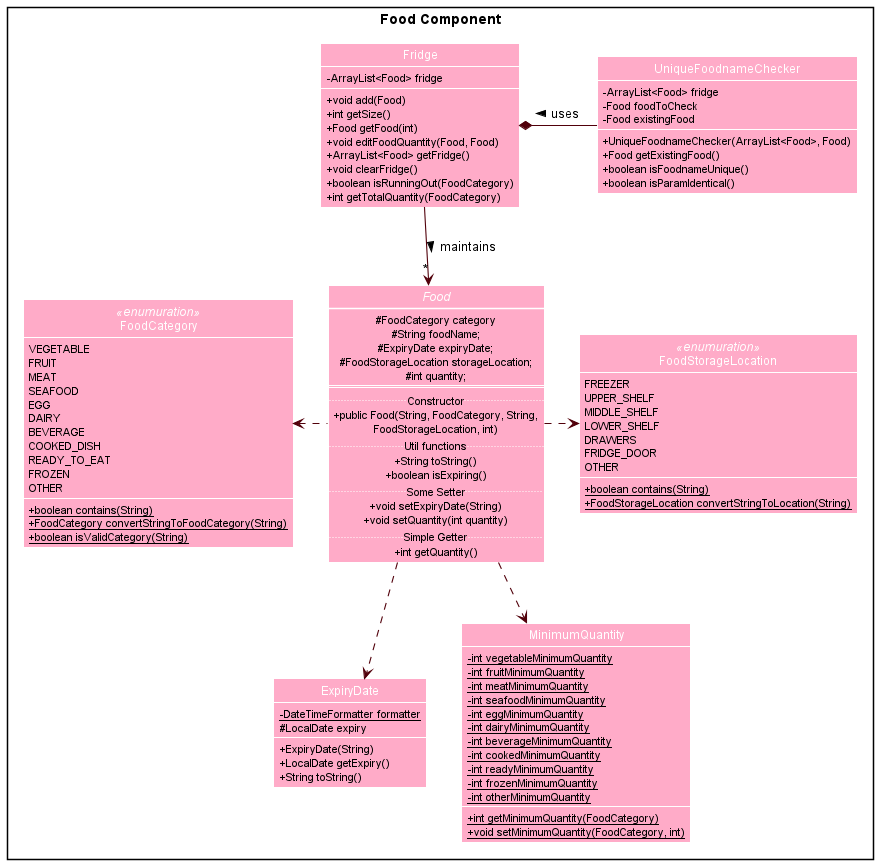
nus-cs2113-AY2021S2/tp keeps this PlantUML diagram as docs/diagrams/diagram_images/FoodClassDiagram.png. Above is the earlier version.
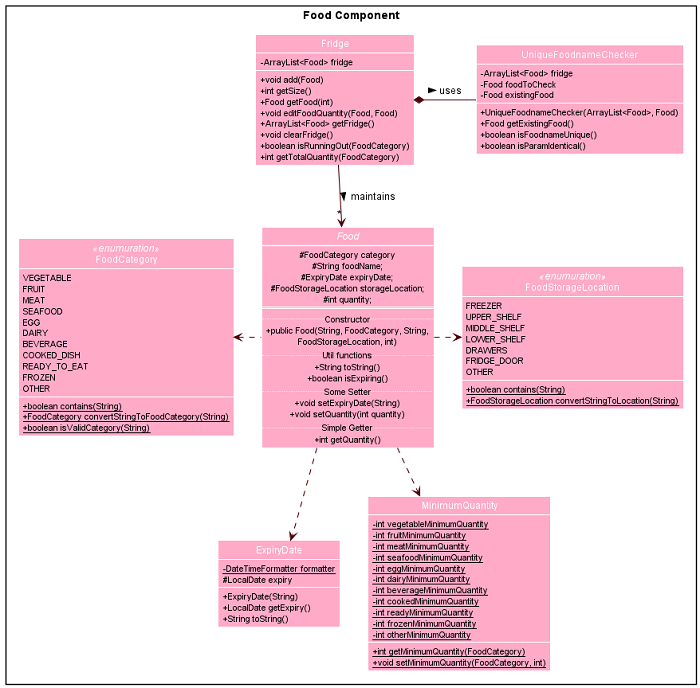
The same file after the commit.

The edit, as a diff of the source:
```diff
@@ -72,7 +72,7 @@
     + boolean isParamIdentical()
 }
 
-Fridge *-right- "UniqueFoodnameChecker" : uses <
+Fridge *-right- "UniqueFoodnameChecker" : uses >
 
 enum FoodStorageLocation <<enumuration>> {
     FREEZER
```
